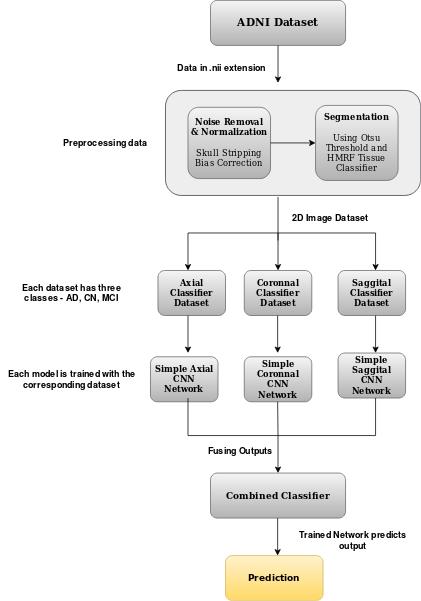
Above: Images/Multiple_Classifer_Architecture.png in natli-think/Alzheimers_Disease_Detection_Using_Deep_Learning (draw.io), before the change. Source tidied: cells renumbered, new cells last; positions are measured from the earlier drawing's top-left corner, leaving out a move shared by most shapes.
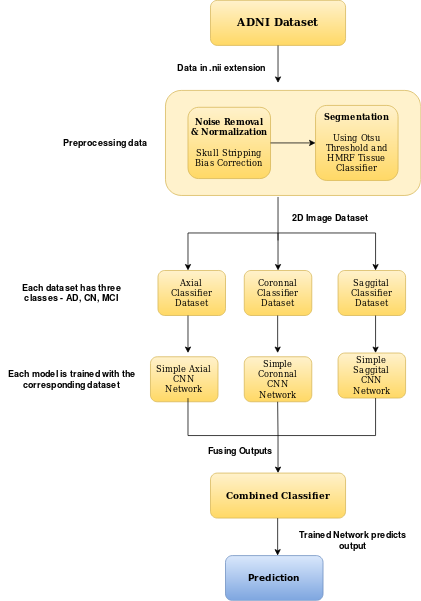
The same file after the commit.

Commit message:
Change font and colour

What changed in the source:
```diff
@@ -2,7 +2,7 @@
   <root>
     <mxCell id="0" />
     <mxCell id="1" parent="0" />
-    <mxCell id="2" value="&lt;font style=&quot;font-size: 14px&quot; face=&quot;Comic Sans MS&quot;&gt;&lt;b&gt;ADNI Dataset&lt;br&gt;&lt;/b&gt;&lt;/font&gt;" style="rounded=1;whiteSpace=wrap;html=1;fillColor=#f5f5f5;gradientColor=#b3b3b3;strokeColor=#666666;" parent="1" vertex="1">
+    <mxCell id="2" value="&lt;font style=&quot;font-size: 14px&quot; face=&quot;Comic Sans MS&quot;&gt;&lt;b&gt;ADNI Dataset&lt;br&gt;&lt;/b&gt;&lt;/font&gt;" style="rounded=1;whiteSpace=wrap;html=1;fillColor=#fff2cc;strokeColor=#d6b656;gradientColor=#ffd966;" parent="1" vertex="1">
       <mxGeometry x="280" width="180" height="60" as="geometry" />
     </mxCell>
     <mxCell id="3" style="endArrow=classic;html=1;strokeColor=#000000;fillColor=#000000;exitX=0.5;exitY=1;exitDx=0;exitDy=0;" parent="1" edge="1" source="2">
@@ -13,13 +13,13 @@
     <mxCell id="4" value="&lt;b&gt;Data in .nii extension&lt;/b&gt;" style="text;html=1;strokeColor=none;fillColor=none;align=center;verticalAlign=middle;whiteSpace=wrap;rounded=0;" parent="1" vertex="1">
       <mxGeometry x="230" y="80" width="130" height="20" as="geometry" />
     </mxCell>
-    <mxCell id="5" style="rounded=1;whiteSpace=wrap;html=1;strokeColor=#36393d;fillColor=#EEEEEE;" parent="1" vertex="1">
+    <mxCell id="5" style="rounded=1;whiteSpace=wrap;html=1;strokeColor=#d6b656;fillColor=#fff2cc;" parent="1" vertex="1">
       <mxGeometry x="220" y="120" width="340" height="140" as="geometry" />
     </mxCell>
-    <mxCell id="6" value="&lt;div style=&quot;font-size: 11px&quot;&gt;&lt;font style=&quot;font-size: 11px&quot; face=&quot;Comic Sans MS&quot;&gt;&lt;b&gt;Noise Removal&lt;/b&gt;&lt;/font&gt;&lt;/div&gt;&lt;div style=&quot;font-size: 11px&quot;&gt;&lt;font style=&quot;font-size: 11px&quot; face=&quot;Comic Sans MS&quot;&gt;&lt;b&gt;&amp;amp; Normalization&lt;/b&gt;&lt;br&gt;&lt;/font&gt;&lt;/div&gt;&lt;div style=&quot;font-size: 11px&quot;&gt;&lt;font style=&quot;font-size: 11px&quot; face=&quot;Comic Sans MS&quot;&gt;&lt;br&gt;&lt;/font&gt;&lt;/div&gt;&lt;div style=&quot;font-size: 11px&quot;&gt;&lt;font style=&quot;font-size: 11px&quot; face=&quot;Comic Sans MS&quot;&gt;Skull Stripping&lt;/font&gt;&lt;/div&gt;&lt;div style=&quot;font-size: 11px&quot;&gt;&lt;font style=&quot;font-size: 11px&quot; face=&quot;Comic Sans MS&quot;&gt;Bias Correction&lt;br&gt;&lt;/font&gt;&lt;/div&gt;" style="rounded=1;whiteSpace=wrap;html=1;fillColor=#f5f5f5;gradientColor=#b3b3b3;strokeColor=#666666;" parent="1" vertex="1">
+    <mxCell id="6" value="&lt;div style=&quot;font-size: 11px&quot;&gt;&lt;font style=&quot;font-size: 11px&quot; face=&quot;Comic Sans MS&quot;&gt;&lt;b&gt;Noise Removal&lt;/b&gt;&lt;/font&gt;&lt;/div&gt;&lt;div style=&quot;font-size: 11px&quot;&gt;&lt;font style=&quot;font-size: 11px&quot; face=&quot;Comic Sans MS&quot;&gt;&lt;b&gt;&amp;amp; Normalization&lt;/b&gt;&lt;br&gt;&lt;/font&gt;&lt;/div&gt;&lt;div style=&quot;font-size: 11px&quot;&gt;&lt;font style=&quot;font-size: 11px&quot; face=&quot;Comic Sans MS&quot;&gt;&lt;br&gt;&lt;/font&gt;&lt;/div&gt;&lt;div style=&quot;font-size: 11px&quot;&gt;&lt;font style=&quot;font-size: 11px&quot; face=&quot;Comic Sans MS&quot;&gt;Skull Stripping&lt;/font&gt;&lt;/div&gt;&lt;div style=&quot;font-size: 11px&quot;&gt;&lt;font style=&quot;font-size: 11px&quot; face=&quot;Comic Sans MS&quot;&gt;Bias Correction&lt;br&gt;&lt;/font&gt;&lt;/div&gt;" style="rounded=1;whiteSpace=wrap;html=1;fillColor=#fff2cc;gradientColor=#ffd966;strokeColor=#d6b656;" parent="1" vertex="1">
       <mxGeometry x="250" y="142.5" width="110" height="95" as="geometry" />
     </mxCell>
-    <mxCell id="7" value="&lt;div style=&quot;font-size: 11px&quot;&gt;&lt;font style=&quot;font-size: 11px&quot; face=&quot;Comic Sans MS&quot;&gt;&lt;b&gt;Segmentation&lt;br&gt;&lt;/b&gt;&lt;/font&gt;&lt;/div&gt;&lt;div style=&quot;font-size: 11px&quot;&gt;&lt;font style=&quot;font-size: 11px&quot; face=&quot;Comic Sans MS&quot;&gt;&lt;br&gt;&lt;/font&gt;&lt;/div&gt;&lt;div style=&quot;font-size: 11px&quot;&gt;&lt;font style=&quot;font-size: 11px&quot; face=&quot;Comic Sans MS&quot;&gt;Using Otsu Threshold and HMRF Tissue Classifier&lt;br&gt;&lt;/font&gt;&lt;/div&gt;" style="rounded=1;whiteSpace=wrap;html=1;fillColor=#f5f5f5;gradientColor=#b3b3b3;strokeColor=#666666;" parent="1" vertex="1">
+    <mxCell id="7" value="&lt;div style=&quot;font-size: 11px&quot;&gt;&lt;font style=&quot;font-size: 11px&quot; face=&quot;Comic Sans MS&quot;&gt;&lt;b&gt;Segmentation&lt;br&gt;&lt;/b&gt;&lt;/font&gt;&lt;/div&gt;&lt;div style=&quot;font-size: 11px&quot;&gt;&lt;font style=&quot;font-size: 11px&quot; face=&quot;Comic Sans MS&quot;&gt;&lt;br&gt;&lt;/font&gt;&lt;/div&gt;&lt;div style=&quot;font-size: 11px&quot;&gt;&lt;font style=&quot;font-size: 11px&quot; face=&quot;Comic Sans MS&quot;&gt;Using Otsu Threshold and HMRF Tissue Classifier&lt;br&gt;&lt;/font&gt;&lt;/div&gt;" style="rounded=1;whiteSpace=wrap;html=1;fillColor=#fff2cc;gradientColor=#ffd966;strokeColor=#d6b656;" parent="1" vertex="1">
       <mxGeometry x="420" y="140" width="110" height="100" as="geometry" />
     </mxCell>
     <mxCell id="8" style="endArrow=classic;html=1;strokeColor=#000000;fillColor=#000000;" parent="1" edge="1" source="5">
@@ -68,13 +68,13 @@
     <mxCell id="16" value="&lt;b&gt;2D Image Dataset&lt;/b&gt;" style="text;html=1;strokeColor=none;fillColor=none;align=center;verticalAlign=middle;whiteSpace=wrap;rounded=0;" parent="1" vertex="1">
       <mxGeometry x="360" y="280" width="160" height="20" as="geometry" />
     </mxCell>
-    <mxCell id="17" value="&lt;div style=&quot;font-size: 11px&quot;&gt;&lt;font face=&quot;Comic Sans MS&quot;&gt;&lt;b&gt;&lt;font style=&quot;font-size: 11px&quot;&gt;Axial&lt;/font&gt;&lt;/b&gt;&lt;/font&gt;&lt;/div&gt;&lt;div style=&quot;font-size: 11px&quot;&gt;&lt;font face=&quot;Comic Sans MS&quot;&gt;&lt;b&gt;&lt;font style=&quot;font-size: 11px&quot;&gt;Classifier&lt;/font&gt;&lt;/b&gt;&lt;/font&gt;&lt;/div&gt;&lt;div style=&quot;font-size: 11px&quot;&gt;&lt;font face=&quot;Comic Sans MS&quot;&gt;&lt;b&gt;&lt;font style=&quot;font-size: 11px&quot;&gt;Dataset&lt;/font&gt;&lt;/b&gt;&lt;br&gt;&lt;/font&gt;&lt;/div&gt;" style="rounded=1;whiteSpace=wrap;html=1;fillColor=#f5f5f5;gradientColor=#b3b3b3;strokeColor=#666666;" parent="1" vertex="1">
+    <mxCell id="17" value="&lt;div style=&quot;font-size: 11px&quot;&gt;&lt;font face=&quot;Comic Sans MS&quot;&gt;&lt;font style=&quot;font-size: 11px&quot;&gt;Axial&lt;/font&gt;&lt;/font&gt;&lt;/div&gt;&lt;div style=&quot;font-size: 11px&quot;&gt;&lt;font face=&quot;Comic Sans MS&quot;&gt;&lt;font style=&quot;font-size: 11px&quot;&gt;Classifier&lt;/font&gt;&lt;/font&gt;&lt;/div&gt;&lt;div style=&quot;font-size: 11px&quot;&gt;&lt;font face=&quot;Comic Sans MS&quot;&gt;&lt;font style=&quot;font-size: 11px&quot;&gt;Dataset&lt;/font&gt;&lt;br&gt;&lt;/font&gt;&lt;/div&gt;" style="rounded=1;whiteSpace=wrap;html=1;fillColor=#fff2cc;gradientColor=#ffd966;strokeColor=#d6b656;" parent="1" vertex="1">
       <mxGeometry x="210" y="360" width="90" height="60" as="geometry" />
     </mxCell>
-    <mxCell id="18" value="&lt;div style=&quot;font-size: 11px&quot;&gt;&lt;font face=&quot;Comic Sans MS&quot;&gt;&lt;b&gt;&lt;font style=&quot;font-size: 11px&quot;&gt;Coronnal&lt;/font&gt;&lt;/b&gt;&lt;/font&gt;&lt;/div&gt;&lt;div style=&quot;font-size: 11px&quot;&gt;&lt;font face=&quot;Comic Sans MS&quot;&gt;&lt;b&gt;&lt;font style=&quot;font-size: 11px&quot;&gt;Classifier&lt;/font&gt;&lt;/b&gt;&lt;/font&gt;&lt;/div&gt;&lt;div style=&quot;font-size: 11px&quot;&gt;&lt;font face=&quot;Comic Sans MS&quot;&gt;&lt;b&gt;&lt;font style=&quot;font-size: 11px&quot;&gt;Dataset&lt;/font&gt;&lt;/b&gt;&lt;br&gt;&lt;/font&gt;&lt;/div&gt;" style="rounded=1;whiteSpace=wrap;html=1;fillColor=#f5f5f5;gradientColor=#b3b3b3;strokeColor=#666666;" parent="1" vertex="1">
+    <mxCell id="18" value="&lt;div style=&quot;font-size: 11px&quot;&gt;&lt;font face=&quot;Comic Sans MS&quot;&gt;&lt;font style=&quot;font-size: 11px&quot;&gt;Coronnal&lt;/font&gt;&lt;/font&gt;&lt;/div&gt;&lt;div style=&quot;font-size: 11px&quot;&gt;&lt;font face=&quot;Comic Sans MS&quot;&gt;&lt;font style=&quot;font-size: 11px&quot;&gt;Classifier&lt;/font&gt;&lt;/font&gt;&lt;/div&gt;&lt;div style=&quot;font-size: 11px&quot;&gt;&lt;font face=&quot;Comic Sans MS&quot;&gt;&lt;font style=&quot;font-size: 11px&quot;&gt;Dataset&lt;/font&gt;&lt;br&gt;&lt;/font&gt;&lt;/div&gt;" style="rounded=1;whiteSpace=wrap;html=1;fillColor=#fff2cc;gradientColor=#ffd966;strokeColor=#d6b656;" parent="1" vertex="1">
       <mxGeometry x="325" y="360" width="90" height="60" as="geometry" />
     </mxCell>
-    <mxCell id="19" value="&lt;div style=&quot;font-size: 11px&quot;&gt;&lt;font face=&quot;Comic Sans MS&quot;&gt;&lt;b&gt;&lt;font style=&quot;font-size: 11px&quot;&gt;Saggital&lt;/font&gt;&lt;/b&gt;&lt;/font&gt;&lt;/div&gt;&lt;div style=&quot;font-size: 11px&quot;&gt;&lt;font face=&quot;Comic Sans MS&quot;&gt;&lt;b&gt;&lt;font style=&quot;font-size: 11px&quot;&gt;Classifier&lt;/font&gt;&lt;/b&gt;&lt;/font&gt;&lt;/div&gt;&lt;div style=&quot;font-size: 11px&quot;&gt;&lt;font face=&quot;Comic Sans MS&quot;&gt;&lt;b&gt;&lt;font style=&quot;font-size: 11px&quot;&gt;Dataset&lt;/font&gt;&lt;/b&gt;&lt;br&gt;&lt;/font&gt;&lt;/div&gt;" style="rounded=1;whiteSpace=wrap;html=1;fillColor=#f5f5f5;gradientColor=#b3b3b3;strokeColor=#666666;" parent="1" vertex="1">
+    <mxCell id="19" value="&lt;div style=&quot;font-size: 11px&quot;&gt;&lt;font face=&quot;Comic Sans MS&quot;&gt;&lt;font style=&quot;font-size: 11px&quot;&gt;Saggital&lt;/font&gt;&lt;/font&gt;&lt;/div&gt;&lt;div style=&quot;font-size: 11px&quot;&gt;&lt;font face=&quot;Comic Sans MS&quot;&gt;&lt;font style=&quot;font-size: 11px&quot;&gt;Classifier&lt;/font&gt;&lt;/font&gt;&lt;/div&gt;&lt;div style=&quot;font-size: 11px&quot;&gt;&lt;font face=&quot;Comic Sans MS&quot;&gt;&lt;font style=&quot;font-size: 11px&quot;&gt;Dataset&lt;/font&gt;&lt;br&gt;&lt;/font&gt;&lt;/div&gt;" style="rounded=1;whiteSpace=wrap;html=1;fillColor=#fff2cc;gradientColor=#ffd966;strokeColor=#d6b656;" parent="1" vertex="1">
       <mxGeometry x="450" y="360" width="90" height="60" as="geometry" />
     </mxCell>
     <mxCell id="20" value="&lt;b&gt;Each dataset has three classes - AD, CN, MCI&lt;/b&gt;" style="text;html=1;strokeColor=none;fillColor=none;align=center;verticalAlign=middle;whiteSpace=wrap;rounded=0;" parent="1" vertex="1">
@@ -98,13 +98,13 @@
         <mxPoint x="500" y="470" as="targetPoint" />
       </mxGeometry>
     </mxCell>
-    <mxCell id="24" value="&lt;div style=&quot;font-size: 11px&quot;&gt;&lt;font face=&quot;Comic Sans MS&quot;&gt;&lt;b&gt;&lt;font style=&quot;font-size: 11px&quot;&gt;Simple Axial&lt;/font&gt;&lt;/b&gt;&lt;/font&gt;&lt;/div&gt;&lt;div style=&quot;font-size: 11px&quot;&gt;&lt;font face=&quot;Comic Sans MS&quot;&gt;&lt;b&gt;&lt;font style=&quot;font-size: 11px&quot;&gt;CNN&lt;/font&gt;&lt;/b&gt;&lt;/font&gt;&lt;/div&gt;&lt;div style=&quot;font-size: 11px&quot;&gt;&lt;font face=&quot;Comic Sans MS&quot;&gt;&lt;b&gt;Network&lt;/b&gt;&lt;br&gt;&lt;/font&gt;&lt;/div&gt;" style="rounded=1;whiteSpace=wrap;html=1;fillColor=#f5f5f5;gradientColor=#b3b3b3;strokeColor=#666666;" parent="1" vertex="1">
+    <mxCell id="24" value="&lt;div style=&quot;font-size: 11px&quot;&gt;&lt;font face=&quot;Comic Sans MS&quot;&gt;&lt;font style=&quot;font-size: 11px&quot;&gt;Simple Axial&lt;/font&gt;&lt;/font&gt;&lt;/div&gt;&lt;div style=&quot;font-size: 11px&quot;&gt;&lt;font face=&quot;Comic Sans MS&quot;&gt;&lt;font style=&quot;font-size: 11px&quot;&gt;CNN&lt;/font&gt;&lt;/font&gt;&lt;/div&gt;&lt;div style=&quot;font-size: 11px&quot;&gt;&lt;font face=&quot;Comic Sans MS&quot;&gt;Network&lt;br&gt;&lt;/font&gt;&lt;/div&gt;" style="rounded=1;whiteSpace=wrap;html=1;fillColor=#fff2cc;gradientColor=#ffd966;strokeColor=#d6b656;" parent="1" vertex="1">
       <mxGeometry x="200" y="475" width="90" height="60" as="geometry" />
     </mxCell>
-    <mxCell id="25" value="&lt;div style=&quot;font-size: 11px&quot;&gt;&lt;font face=&quot;Comic Sans MS&quot;&gt;&lt;b&gt;&lt;font style=&quot;font-size: 11px&quot;&gt;Simple Coronnal&lt;/font&gt;&lt;/b&gt;&lt;/font&gt;&lt;/div&gt;&lt;div style=&quot;font-size: 11px&quot;&gt;&lt;font face=&quot;Comic Sans MS&quot;&gt;&lt;b&gt;&lt;font style=&quot;font-size: 11px&quot;&gt;CNN&lt;/font&gt;&lt;/b&gt;&lt;/font&gt;&lt;/div&gt;&lt;div style=&quot;font-size: 11px&quot;&gt;&lt;font face=&quot;Comic Sans MS&quot;&gt;&lt;b&gt;Network&lt;/b&gt;&lt;br&gt;&lt;/font&gt;&lt;/div&gt;" style="rounded=1;whiteSpace=wrap;html=1;fillColor=#f5f5f5;gradientColor=#b3b3b3;strokeColor=#666666;" parent="1" vertex="1">
+    <mxCell id="25" value="&lt;div style=&quot;font-size: 11px&quot;&gt;&lt;font face=&quot;Comic Sans MS&quot;&gt;&lt;font style=&quot;font-size: 11px&quot;&gt;Simple Coronnal&lt;/font&gt;&lt;/font&gt;&lt;/div&gt;&lt;div style=&quot;font-size: 11px&quot;&gt;&lt;font face=&quot;Comic Sans MS&quot;&gt;&lt;font style=&quot;font-size: 11px&quot;&gt;CNN&lt;/font&gt;&lt;/font&gt;&lt;/div&gt;&lt;div style=&quot;font-size: 11px&quot;&gt;&lt;font face=&quot;Comic Sans MS&quot;&gt;Network&lt;br&gt;&lt;/font&gt;&lt;/div&gt;" style="rounded=1;whiteSpace=wrap;html=1;fillColor=#fff2cc;gradientColor=#ffd966;strokeColor=#d6b656;" parent="1" vertex="1">
       <mxGeometry x="325" y="475" width="90" height="60" as="geometry" />
     </mxCell>
-    <mxCell id="26" value="&lt;div style=&quot;font-size: 11px&quot;&gt;&lt;font face=&quot;Comic Sans MS&quot;&gt;&lt;b&gt;&lt;font style=&quot;font-size: 11px&quot;&gt;Simple Saggital&lt;/font&gt;&lt;/b&gt;&lt;/font&gt;&lt;/div&gt;&lt;div style=&quot;font-size: 11px&quot;&gt;&lt;font face=&quot;Comic Sans MS&quot;&gt;&lt;b&gt;&lt;font style=&quot;font-size: 11px&quot;&gt;CNN&lt;/font&gt;&lt;/b&gt;&lt;/font&gt;&lt;/div&gt;&lt;div style=&quot;font-size: 11px&quot;&gt;&lt;font face=&quot;Comic Sans MS&quot;&gt;&lt;b&gt;Network&lt;/b&gt;&lt;br&gt;&lt;/font&gt;&lt;/div&gt;" style="rounded=1;whiteSpace=wrap;html=1;fillColor=#f5f5f5;gradientColor=#b3b3b3;strokeColor=#666666;" parent="1" vertex="1">
+    <mxCell id="26" value="&lt;div style=&quot;font-size: 11px&quot;&gt;&lt;font face=&quot;Comic Sans MS&quot;&gt;&lt;font style=&quot;font-size: 11px&quot;&gt;Simple Saggital&lt;/font&gt;&lt;/font&gt;&lt;/div&gt;&lt;div style=&quot;font-size: 11px&quot;&gt;&lt;font face=&quot;Comic Sans MS&quot;&gt;&lt;font style=&quot;font-size: 11px&quot;&gt;CNN&lt;/font&gt;&lt;/font&gt;&lt;/div&gt;&lt;div style=&quot;font-size: 11px&quot;&gt;&lt;font face=&quot;Comic Sans MS&quot;&gt;Network&lt;br&gt;&lt;/font&gt;&lt;/div&gt;" style="rounded=1;whiteSpace=wrap;html=1;fillColor=#fff2cc;gradientColor=#ffd966;strokeColor=#d6b656;" parent="1" vertex="1">
       <mxGeometry x="450" y="470" width="90" height="60" as="geometry" />
     </mxCell>
     <mxCell id="27" style="endArrow=none;html=1;strokeColor=#000000;fillColor=#000000;entryX=0.5;entryY=1;entryDx=0;entryDy=0;" parent="1" edge="1">
@@ -140,7 +140,7 @@
     <mxCell id="32" value="&lt;div&gt;&lt;b&gt;Each model is trained with the&lt;/b&gt;&lt;/div&gt;&lt;div&gt;&lt;b&gt;corresponding dataset&lt;br&gt;&lt;/b&gt;&lt;/div&gt;" style="text;html=1;strokeColor=none;fillColor=none;align=center;verticalAlign=middle;whiteSpace=wrap;rounded=0;" parent="1" vertex="1">
       <mxGeometry y="495" width="190" height="20" as="geometry" />
     </mxCell>
-    <mxCell id="33" value="&lt;font face=&quot;Comic Sans MS&quot;&gt;&lt;b&gt;Combined Classifier&lt;/b&gt;&lt;/font&gt;" style="rounded=1;whiteSpace=wrap;html=1;fillColor=#f5f5f5;gradientColor=#b3b3b3;strokeColor=#666666;" parent="1" vertex="1">
+    <mxCell id="33" value="&lt;font face=&quot;Comic Sans MS&quot;&gt;&lt;b&gt;Combined Classifier&lt;/b&gt;&lt;/font&gt;" style="rounded=1;whiteSpace=wrap;html=1;fillColor=#fff2cc;gradientColor=#ffd966;strokeColor=#d6b656;" parent="1" vertex="1">
       <mxGeometry x="280" y="630" width="180" height="60" as="geometry" />
     </mxCell>
     <mxCell id="34" value="&lt;b&gt;Fusing Outputs&lt;/b&gt;" style="text;html=1;strokeColor=none;fillColor=none;align=center;verticalAlign=middle;whiteSpace=wrap;rounded=0;" parent="1" vertex="1">
@@ -155,7 +155,7 @@
         <mxPoint x="369.5" y="740" as="targetPoint" />
       </mxGeometry>
     </mxCell>
-    <mxCell id="37" value="&lt;font face=&quot;Sans Serif&quot;&gt;&lt;b&gt;Prediction&lt;/b&gt;&lt;/font&gt;" style="rounded=1;whiteSpace=wrap;html=1;fillColor=#fff2cc;gradientColor=#ffd966;strokeColor=#d6b656;" parent="1" vertex="1">
+    <mxCell id="37" value="&lt;font face=&quot;Sans Serif&quot;&gt;&lt;b&gt;Prediction&lt;/b&gt;&lt;/font&gt;" style="rounded=1;whiteSpace=wrap;html=1;fillColor=#dae8fc;gradientColor=#7ea6e0;strokeColor=#6c8ebf;" parent="1" vertex="1">
       <mxGeometry x="300" y="740" width="130" height="60" as="geometry" />
     </mxCell>
     <mxCell id="38" value="&lt;b&gt;Trained Network predicts output&lt;/b&gt;" style="text;html=1;strokeColor=none;fillColor=none;align=center;verticalAlign=middle;whiteSpace=wrap;rounded=0;" parent="1" vertex="1">
```
